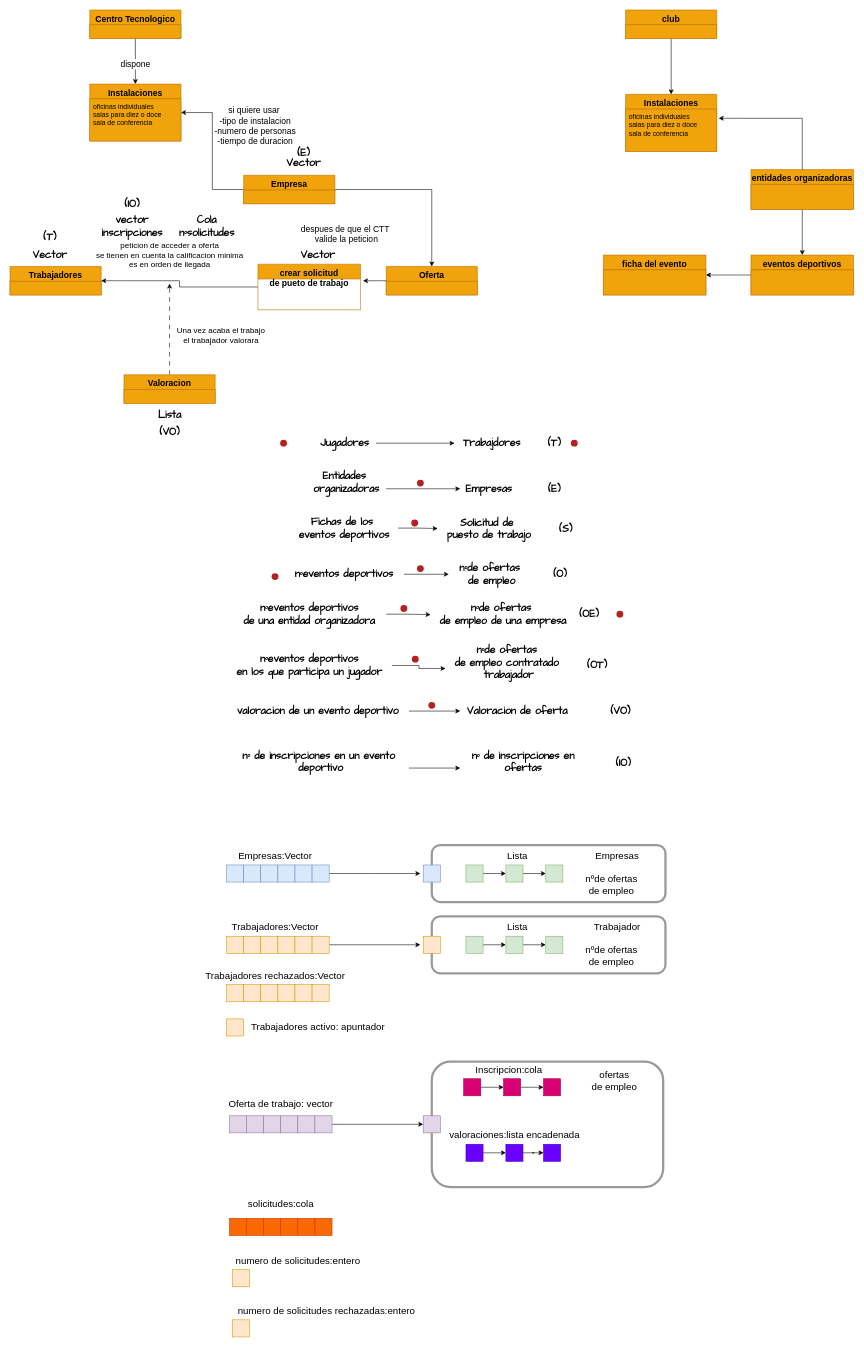
Above: EstructuraDatos.drawio in ryloq1/DBD (draw.io), before the change. Source tidied: cells renumbered, new cells numbered last; positions are measured from the earlier drawing's top-left corner, leaving out a move shared by most shapes. Both pictures are drawn from the tidied source at 57%, with x=0, y=0 at pixel (10, 10).
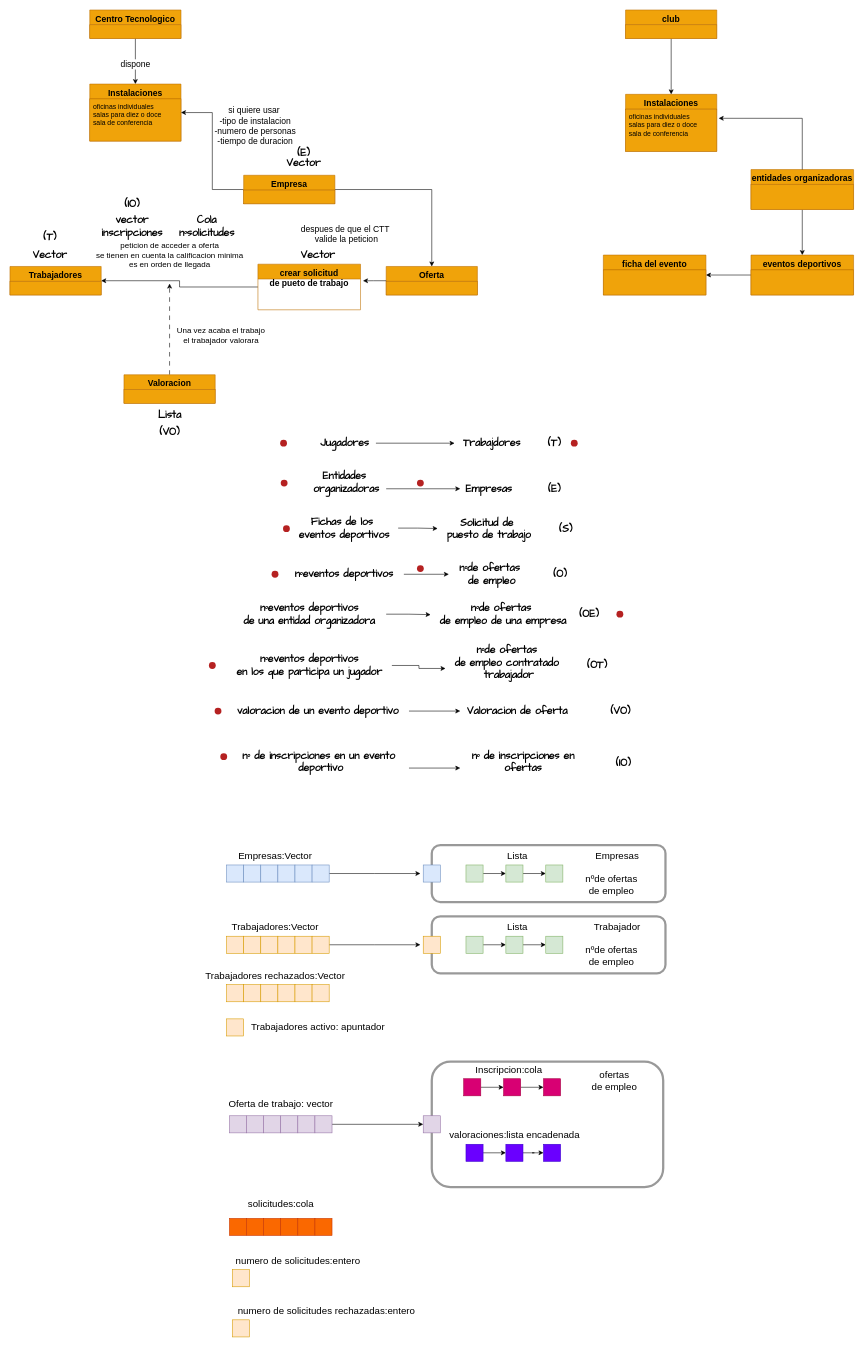
After the change.

Diff of the diagram source:
```diff
@@
-    <mxCell id="84" style="shape=waypoint;sketch=0;size=6;fillColor=none;perimeter=centerPerimeter;fontSize=14;fontColor=#FFC43B;strokeWidth=4;strokeColor=#b52121;" parent="1" vertex="1">
-      <mxGeometry x="455" y="984" width="20" height="20" as="geometry" />
-    </mxCell>
@@
     <mxCell id="87" style="shape=waypoint;sketch=0;size=6;fillColor=none;perimeter=centerPerimeter;fontSize=14;fontColor=#FFC43B;strokeWidth=4;strokeColor=#b52121;" parent="1" vertex="1">
-      <mxGeometry x="700" y="890" width="20" height="20" as="geometry" />
+      <mxGeometry x="475" y="900" width="20" height="20" as="geometry" />
     </mxCell>
     <mxCell id="88" style="shape=waypoint;sketch=0;size=6;fillColor=none;perimeter=centerPerimeter;fontSize=14;fontColor=#FFC43B;strokeWidth=4;strokeColor=#b52121;" parent="1" vertex="1">
-      <mxGeometry x="681" y="1040" width="20" height="20" as="geometry" />
+      <mxGeometry x="345" y="1140" width="20" height="20" as="geometry" />
     </mxCell>
@@
     <mxCell id="90" style="shape=waypoint;sketch=0;size=6;fillColor=none;perimeter=centerPerimeter;fontSize=14;fontColor=#FFC43B;strokeWidth=4;strokeColor=#b52121;" parent="1" vertex="1">
-      <mxGeometry x="701" y="1129" width="20" height="20" as="geometry" />
+      <mxGeometry x="365" y="1300" width="20" height="20" as="geometry" />
     </mxCell>
     <mxCell id="91" style="shape=waypoint;sketch=0;size=6;fillColor=none;perimeter=centerPerimeter;fontSize=14;fontColor=#FFC43B;strokeWidth=4;strokeColor=#b52121;" parent="1" vertex="1">
-      <mxGeometry x="730" y="1210" width="20" height="20" as="geometry" />
+      <mxGeometry x="355" y="1220" width="20" height="20" as="geometry" />
     </mxCell>
@@
+    <mxCell id="171" style="shape=waypoint;sketch=0;size=6;fillColor=none;perimeter=centerPerimeter;fontSize=14;fontColor=#FFC43B;strokeWidth=4;strokeColor=#b52121;" parent="1" vertex="1">
+      <mxGeometry x="471" y="820" width="20" height="20" as="geometry" />
+    </mxCell>
+    <mxCell id="172" style="shape=waypoint;sketch=0;size=6;fillColor=none;perimeter=centerPerimeter;fontSize=14;fontColor=#FFC43B;strokeWidth=4;strokeColor=#b52121;" parent="1" vertex="1">
+      <mxGeometry x="455" y="980" width="20" height="20" as="geometry" />
+    </mxCell>
```
